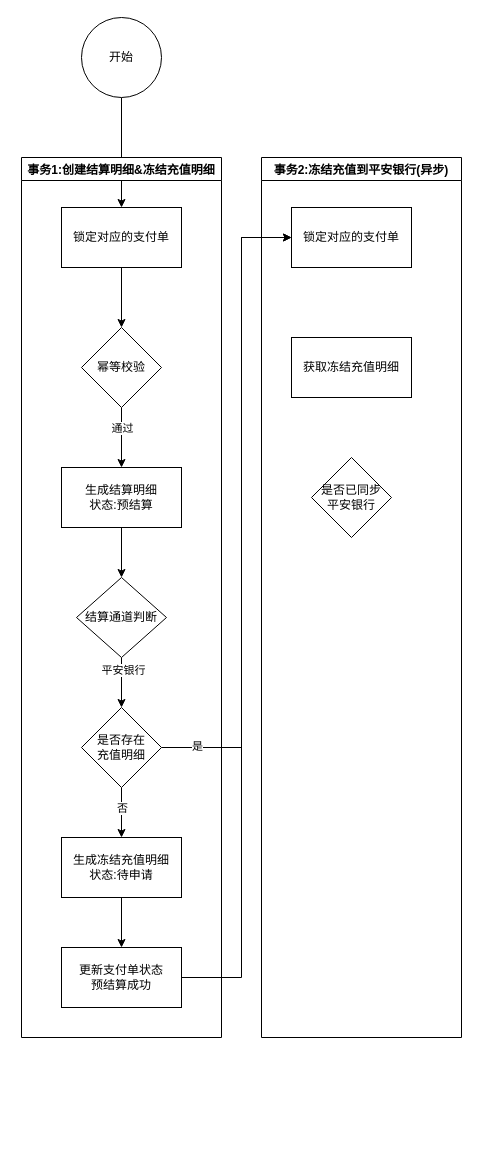
This is 合作订单结算流程.drawio from catface996/images, a draw.io file, before an edit. Source tidied: cells renumbered, new cells numbered last; positions are measured from the earlier drawing's top-left corner, leaving out a move shared by most shapes. Both pictures are drawn from the tidied source at 100%, with x=0, y=0 at pixel (21, 17).
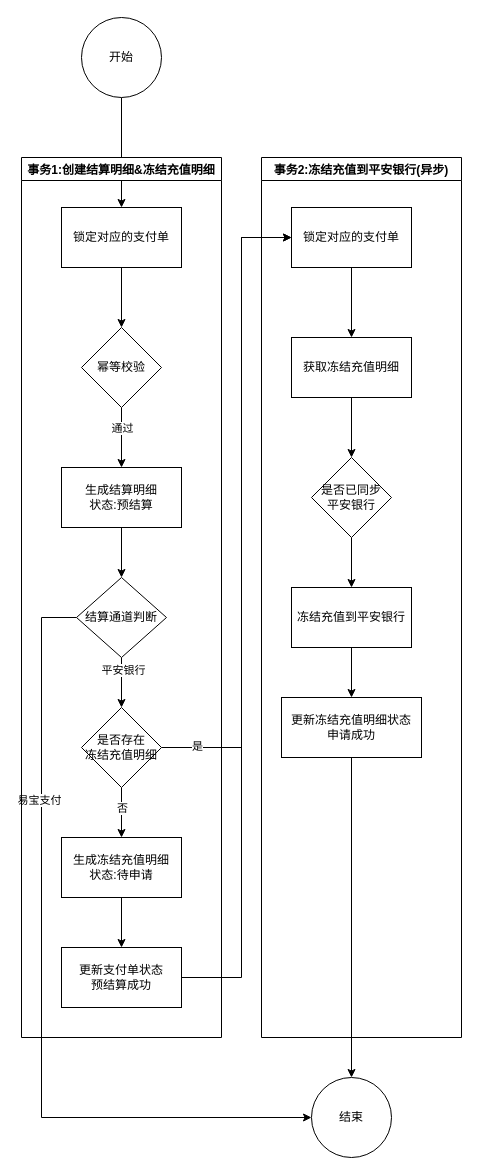
Above is the later version.

Commit message (it also covers changes not shown here):
更新合作订单结算流程.drawio

The change refers to these unchanged cells:
```xml
<mxCell id="16" value="结算通道判断" style="rhombus;whiteSpace=wrap;html=1;" parent="1" vertex="1">
  <mxGeometry x="55" y="560" width="90" height="80" as="geometry" />
</mxCell>
<mxCell id="17" value="锁定对应的支付单" style="rounded=0;whiteSpace=wrap;html=1;" parent="1" vertex="1">
  <mxGeometry x="270" y="190" width="120" height="60" as="geometry" />
</mxCell>
<mxCell id="18" value="是否已同步&lt;br&gt;平安银行" style="rhombus;whiteSpace=wrap;html=1;" parent="1" vertex="1">
  <mxGeometry x="290" y="440" width="80" height="80" as="geometry" />
</mxCell>
<mxCell id="19" value="获取冻结充值明细" style="rounded=0;whiteSpace=wrap;html=1;" parent="1" vertex="1">
  <mxGeometry x="270" y="320" width="120" height="60" as="geometry" />
</mxCell>
<mxCell id="27" value="事务2:冻结充值到平安银行(异步)" style="swimlane;" parent="1" vertex="1">
  <mxGeometry x="240" y="140" width="200" height="880" as="geometry" />
</mxCell>
```

What changed in the source:
```diff
@@
+    <mxCell id="28" style="edgeStyle=orthogonalEdgeStyle;rounded=0;jettySize=auto;html=1;entryX=0;entryY=0.5;entryDx=0;entryDy=0;" parent="1" edge="1" source="16" target="36">
+      <mxGeometry relative="1" as="geometry">
+        <Array as="points">
+          <mxPoint x="20" y="600" />
+          <mxPoint x="20" y="1100" />
+        </Array>
+      </mxGeometry>
+    </mxCell>
+    <mxCell id="29" value="易宝支付" style="edgeLabel;html=1;align=center;verticalAlign=middle;" parent="28" vertex="1">
+      <mxGeometry x="-0.46" y="-3" relative="1" as="geometry" />
+    </mxCell>
@@
+    <mxCell id="30" style="edgeStyle=orthogonalEdgeStyle;rounded=0;jettySize=auto;html=1;entryX=0.5;entryY=0;entryDx=0;entryDy=0;" parent="1" edge="1" source="17" target="19">
+      <mxGeometry relative="1" as="geometry" />
+    </mxCell>
@@
+    <mxCell id="31" style="edgeStyle=orthogonalEdgeStyle;rounded=0;jettySize=auto;html=1;entryX=0.5;entryY=0;entryDx=0;entryDy=0;" parent="1" edge="1" source="18" target="34">
+      <mxGeometry relative="1" as="geometry" />
+    </mxCell>
@@
+    <mxCell id="32" style="edgeStyle=orthogonalEdgeStyle;rounded=0;jettySize=auto;html=1;entryX=0.5;entryY=0;entryDx=0;entryDy=0;" parent="1" edge="1" source="19" target="18">
+      <mxGeometry relative="1" as="geometry" />
+    </mxCell>
@@
-    <mxCell id="24" value="是否存在&lt;br&gt;充值明细" style="rhombus;whiteSpace=wrap;html=1;" parent="1" vertex="1">
+    <mxCell id="24" value="是否存在&lt;br&gt;冻结充值明细" style="rhombus;whiteSpace=wrap;html=1;" parent="1" vertex="1">
       <mxGeometry x="60" y="690" width="80" height="80" as="geometry" />
     </mxCell>
@@
+    <mxCell id="33" style="edgeStyle=orthogonalEdgeStyle;rounded=0;jettySize=auto;html=1;entryX=0.5;entryY=0;entryDx=0;entryDy=0;" parent="27" edge="1" source="34" target="35">
+      <mxGeometry relative="1" as="geometry" />
+    </mxCell>
+    <mxCell id="34" value="冻结充值到平安银行" style="rounded=0;whiteSpace=wrap;html=1;" parent="27" vertex="1">
+      <mxGeometry x="30" y="430" width="120" height="60" as="geometry" />
+    </mxCell>
+    <mxCell id="35" value="更新冻结充值明细状态&lt;br&gt;申请成功" style="rounded=0;whiteSpace=wrap;html=1;" parent="27" vertex="1">
+      <mxGeometry x="20" y="540" width="140" height="60" as="geometry" />
+    </mxCell>
+    <mxCell id="36" value="结束" style="ellipse;whiteSpace=wrap;html=1;" parent="1" vertex="1">
+      <mxGeometry x="290" y="1060" width="80" height="80" as="geometry" />
+    </mxCell>
+    <mxCell id="37" style="edgeStyle=orthogonalEdgeStyle;rounded=0;jettySize=auto;html=1;entryX=0.5;entryY=0;entryDx=0;entryDy=0;" parent="1" edge="1" source="35" target="36">
+      <mxGeometry relative="1" as="geometry" />
+    </mxCell>
```
